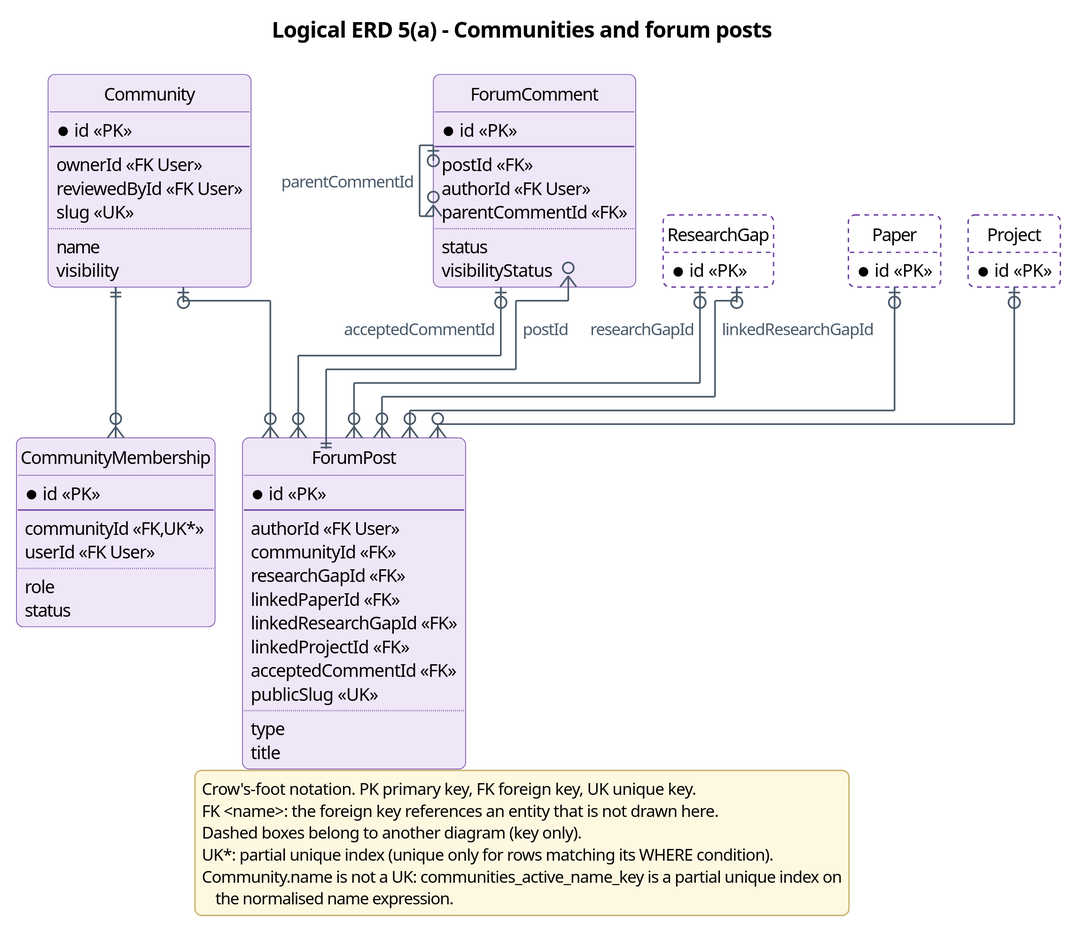
This is docs/diagrams/report3/R3_ERD5a_Forum_Communities.svg from Khoa-Hoa-Technology-Solution-Company/lumi-gap, a PlantUML export, as it was before one commit.
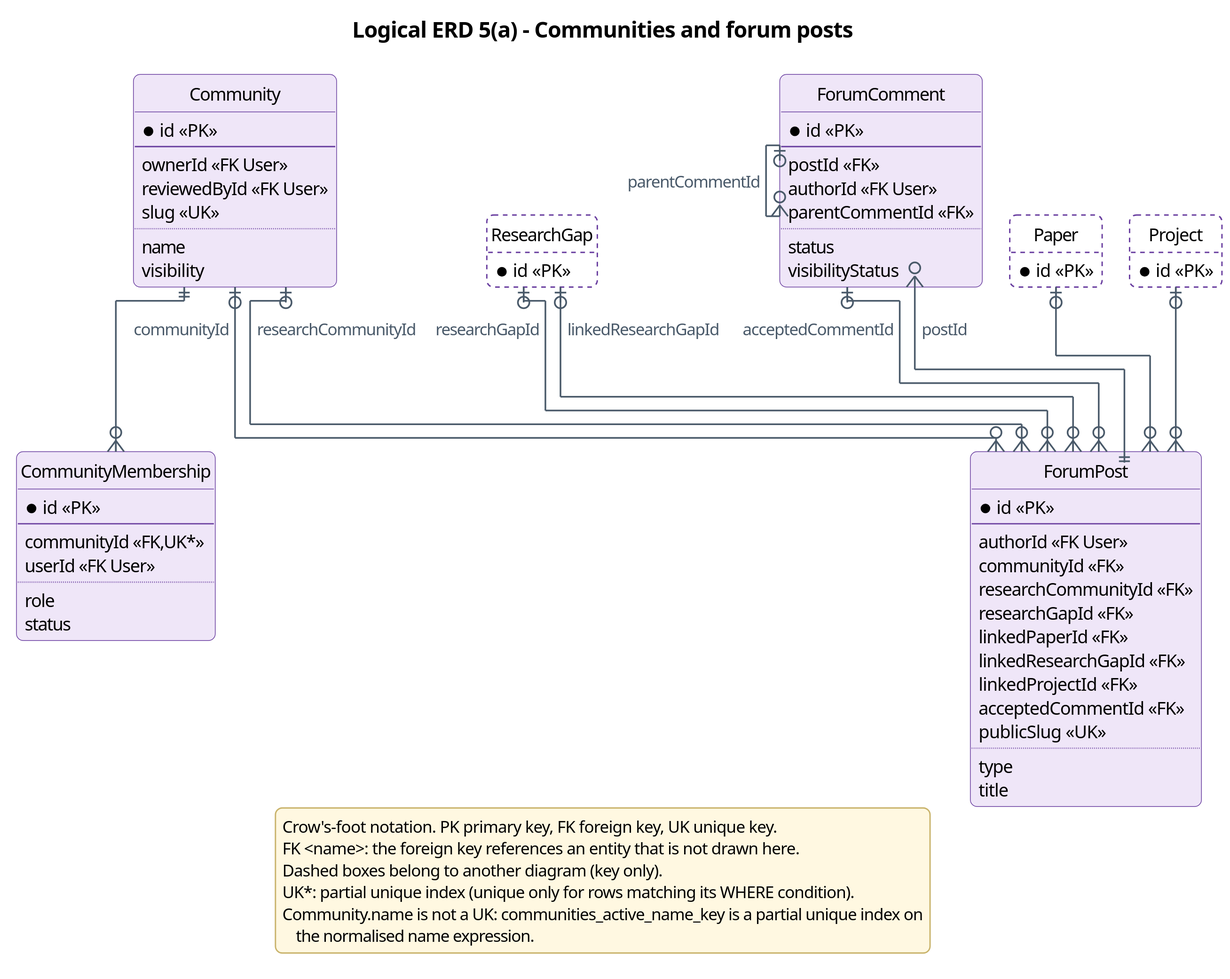
Later version of the same file.

What changed in the source:
```diff
@@ -49,6 +49,7 @@
   --
   authorId <<FK User>>
   communityId <<FK>>
+  researchCommunityId <<FK>>
   researchGapId <<FK>>
   linkedPaperId <<FK>>
   linkedResearchGapId <<FK>>
@@ -79,7 +80,8 @@
   * id <<PK>>
 }
 Community ||--o{ CommunityMembership
-Community |o--o{ ForumPost
+Community |o--o{ ForumPost : communityId
+Community |o--o{ ForumPost : researchCommunityId
 ForumComment |o--o{ ForumComment : parentCommentId
 ForumComment |o--o{ ForumPost : acceptedCommentId
 ForumPost ||--o{ ForumComment : postId
```
